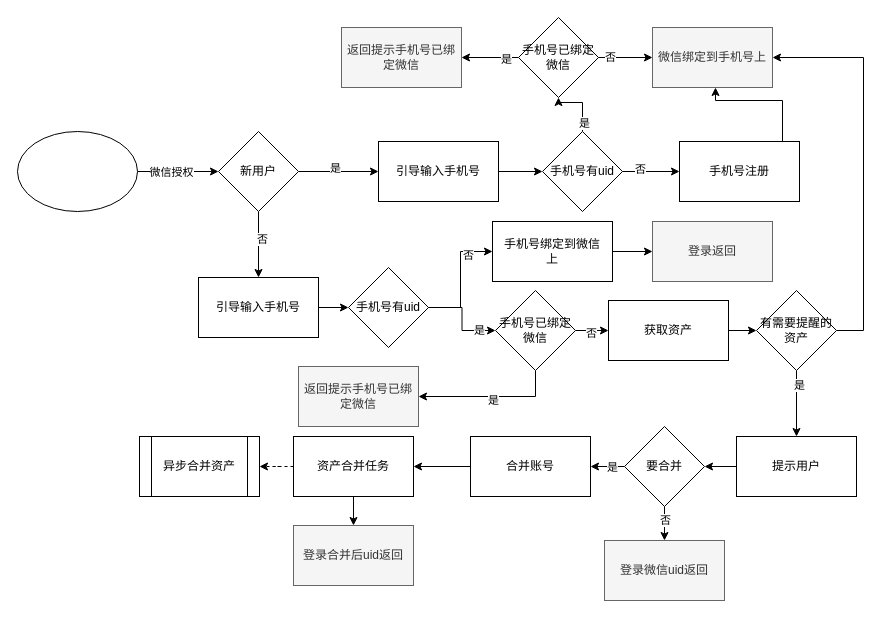
Above: page "账号合并逻辑" (10 of 11) of test.drawio in joeytang/imgs (draw.io), before the change. Source tidied: cells renumbered, new cells numbered last; positions are measured from the earlier drawing's top-left corner, leaving out a move shared by most shapes. Both pictures are drawn from the tidied source at 100%, with x=0, y=0 at pixel (17, 17).
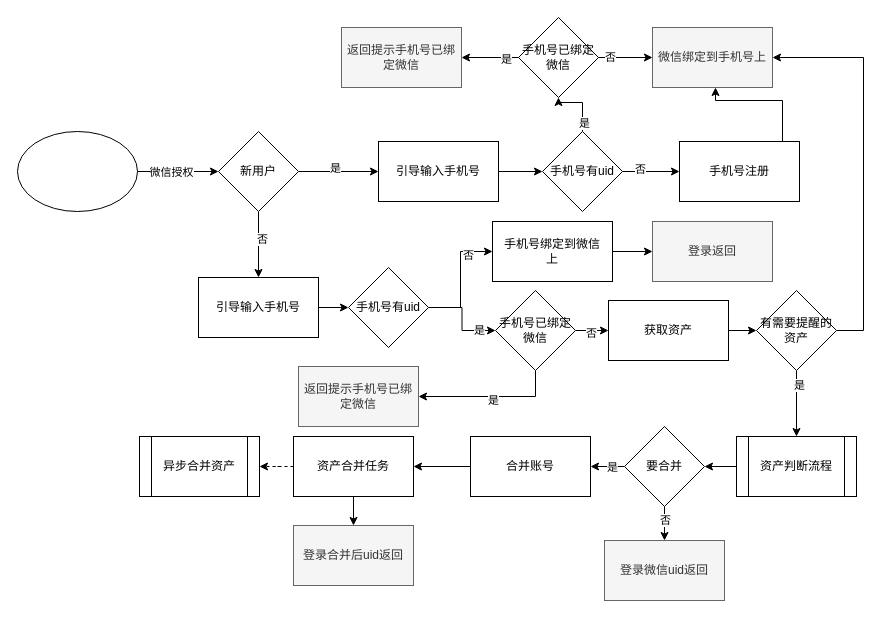
Above is the later version.

The change refers to these unchanged cells:
```xml
<mxCell id="35" value="有需要提醒的资产" style="rhombus;whiteSpace=wrap;html=1;align=center;" parent="1" vertex="1">
  <mxGeometry x="739" y="273" width="80" height="80" as="geometry" />
</mxCell>
<mxCell id="42" value="要合并" style="rhombus;whiteSpace=wrap;html=1;align=center;" parent="1" vertex="1">
  <mxGeometry x="607" y="409" width="80" height="80" as="geometry" />
</mxCell>
```

Diff of the diagram source:
```diff
@@
-    <mxCell id="33" style="edgeStyle=orthogonalEdgeStyle;rounded=0;jettySize=auto;html=1;" parent="1" edge="1" source="35" target="37">
+    <mxCell id="33" style="edgeStyle=orthogonalEdgeStyle;rounded=0;jettySize=auto;html=1;" parent="1" edge="1" source="35" target="63">
       <mxGeometry relative="1" as="geometry" />
     </mxCell>
@@
-    <mxCell id="36" style="edgeStyle=orthogonalEdgeStyle;rounded=0;jettySize=auto;html=1;" parent="1" edge="1" source="37" target="42">
+    <mxCell id="36" style="edgeStyle=orthogonalEdgeStyle;rounded=0;jettySize=auto;html=1;" parent="1" edge="1" source="63" target="42">
       <mxGeometry relative="1" as="geometry" />
     </mxCell>
-    <mxCell id="37" value="提示用户" style="rounded=0;whiteSpace=wrap;html=1;align=center;" parent="1" vertex="1">
-      <mxGeometry x="719" y="419" width="120" height="60" as="geometry" />
-    </mxCell>
@@
+    <mxCell id="63" value="资产判断流程" style="shape=process;whiteSpace=wrap;html=1;backgroundOutline=1;" parent="1" vertex="1">
+      <mxGeometry x="719" y="419" width="120" height="60" as="geometry" />
+    </mxCell>
```
